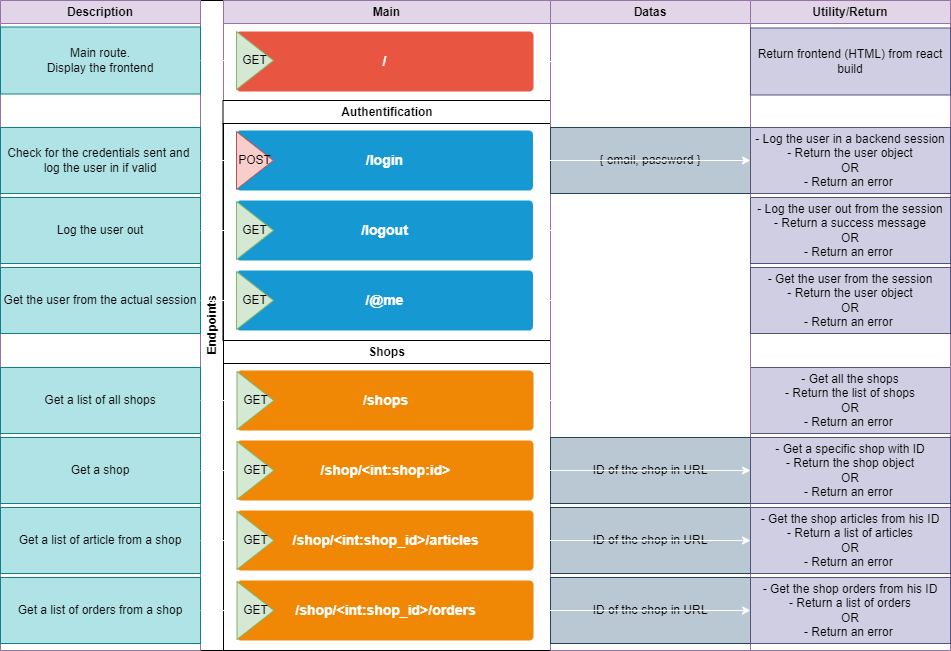
dam277/P-TPI-ETML keeps this draw.io diagram as 01-Documents/CodeSchematics/routes.drawio.png. Above is the earlier version. Source tidied: cells renumbered, new cells last; positions are measured from the earlier drawing's top-left corner, leaving out a move shared by most shapes.
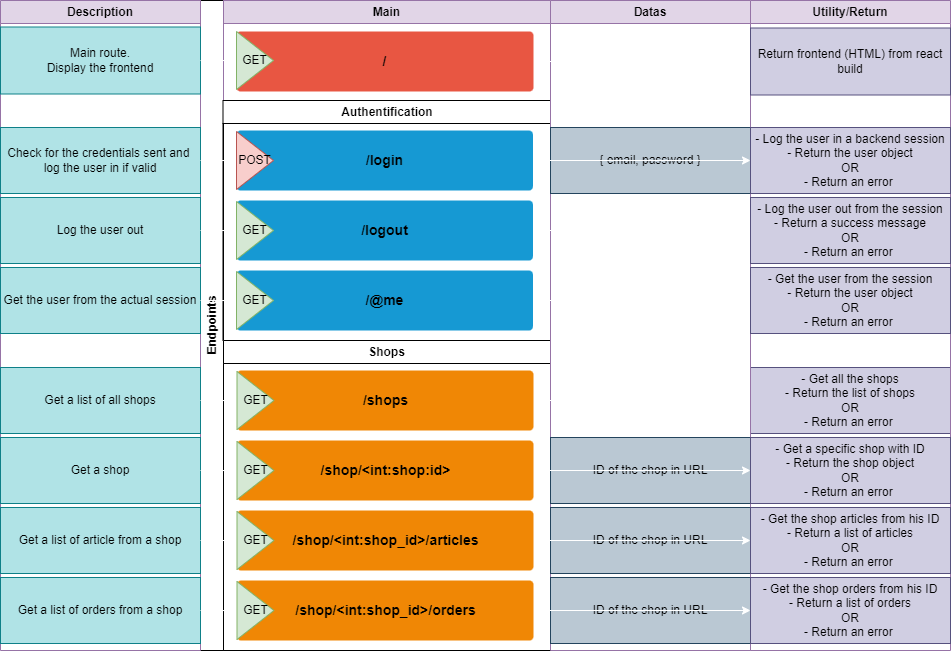
Above is the later version.

The edit, as a diff of the source:
```diff
@@ -8,7 +8,7 @@
     <mxCell id="3" value="Main" style="swimlane;whiteSpace=wrap;html=1;fillColor=#e1d5e7;strokeColor=#9673a6;" parent="2" vertex="1">
       <mxGeometry x="23" width="327" height="101" as="geometry" />
     </mxCell>
-    <mxCell id="4" value="/" style="rounded=1;whiteSpace=wrap;html=1;shadow=0;labelBackgroundColor=none;strokeColor=none;strokeWidth=3;fillColor=#e85642;fontFamily=Helvetica;fontSize=14;fontColor=#FFFFFF;align=center;spacing=5;fontStyle=1;arcSize=7;perimeterSpacing=2;" parent="3" vertex="1">
+    <mxCell id="4" value="/" style="rounded=1;whiteSpace=wrap;html=1;shadow=0;labelBackgroundColor=none;strokeColor=none;strokeWidth=3;fillColor=#e85642;fontFamily=Helvetica;fontSize=14;fontColor=#000000;align=center;spacing=5;fontStyle=1;arcSize=7;perimeterSpacing=2;" parent="3" vertex="1">
       <mxGeometry x="13" y="31" width="297" height="60" as="geometry" />
     </mxCell>
     <mxCell id="5" value="GET" style="triangle;whiteSpace=wrap;html=1;fillColor=#d5e8d4;strokeColor=#82b366;" parent="3" vertex="1">
@@ -17,13 +17,13 @@
     <mxCell id="6" value="Authentification" style="swimlane;whiteSpace=wrap;html=1;" parent="2" vertex="1">
       <mxGeometry x="22.5" y="100" width="327.5" height="240" as="geometry" />
     </mxCell>
-    <mxCell id="7" value="/logout" style="rounded=1;whiteSpace=wrap;html=1;shadow=0;labelBackgroundColor=none;strokeColor=none;strokeWidth=3;fillColor=#1699d3;fontFamily=Helvetica;fontSize=14;fontColor=#FFFFFF;align=center;spacing=5;fontStyle=1;arcSize=7;perimeterSpacing=2;" parent="6" vertex="1">
+    <mxCell id="7" value="/logout" style="rounded=1;whiteSpace=wrap;html=1;shadow=0;labelBackgroundColor=none;strokeColor=none;strokeWidth=3;fillColor=#1699d3;fontFamily=Helvetica;fontSize=14;fontColor=#000000;align=center;spacing=5;fontStyle=1;arcSize=7;perimeterSpacing=2;" parent="6" vertex="1">
       <mxGeometry x="13.5" y="100" width="296.5" height="60" as="geometry" />
     </mxCell>
-    <mxCell id="8" value="/@me" style="rounded=1;whiteSpace=wrap;html=1;shadow=0;labelBackgroundColor=none;strokeColor=none;strokeWidth=3;fillColor=#1699d3;fontFamily=Helvetica;fontSize=14;fontColor=#FFFFFF;align=center;spacing=5;fontStyle=1;arcSize=7;perimeterSpacing=2;" parent="6" vertex="1">
+    <mxCell id="8" value="/@me" style="rounded=1;whiteSpace=wrap;html=1;shadow=0;labelBackgroundColor=none;strokeColor=none;strokeWidth=3;fillColor=#1699d3;fontFamily=Helvetica;fontSize=14;fontColor=#000000;align=center;spacing=5;fontStyle=1;arcSize=7;perimeterSpacing=2;" parent="6" vertex="1">
       <mxGeometry x="13.5" y="170" width="296.5" height="60" as="geometry" />
     </mxCell>
-    <mxCell id="9" value="/login" style="rounded=1;whiteSpace=wrap;html=1;shadow=0;labelBackgroundColor=none;strokeColor=none;strokeWidth=3;fillColor=#1699d3;fontFamily=Helvetica;fontSize=14;fontColor=#FFFFFF;align=center;spacing=5;fontStyle=1;arcSize=7;perimeterSpacing=2;" parent="6" vertex="1">
+    <mxCell id="9" value="/login" style="rounded=1;whiteSpace=wrap;html=1;shadow=0;labelBackgroundColor=none;strokeColor=none;strokeWidth=3;fillColor=#1699d3;fontFamily=Helvetica;fontSize=14;fontColor=#000000;align=center;spacing=5;fontStyle=1;arcSize=7;perimeterSpacing=2;" parent="6" vertex="1">
       <mxGeometry x="13.5" y="30" width="296.5" height="60" as="geometry" />
     </mxCell>
     <mxCell id="10" value="GET" style="triangle;whiteSpace=wrap;html=1;fillColor=#d5e8d4;strokeColor=#82b366;" parent="6" vertex="1">
@@ -38,16 +38,16 @@
     <mxCell id="13" value="Shops" style="swimlane;whiteSpace=wrap;html=1;" parent="2" vertex="1">
       <mxGeometry x="23" y="340" width="327" height="310" as="geometry" />
     </mxCell>
-    <mxCell id="14" value="/shop/&amp;lt;int:shop:id&amp;gt;" style="rounded=1;whiteSpace=wrap;html=1;shadow=0;labelBackgroundColor=none;strokeColor=none;strokeWidth=3;fillColor=#F08705;fontFamily=Helvetica;fontSize=14;fontColor=#FFFFFF;align=center;spacing=5;fontStyle=1;arcSize=7;perimeterSpacing=2;" parent="13" vertex="1">
+    <mxCell id="14" value="/shop/&amp;lt;int:shop:id&amp;gt;" style="rounded=1;whiteSpace=wrap;html=1;shadow=0;labelBackgroundColor=none;strokeColor=none;strokeWidth=3;fillColor=#F08705;fontFamily=Helvetica;fontSize=14;fontColor=#000000;align=center;spacing=5;fontStyle=1;arcSize=7;perimeterSpacing=2;" parent="13" vertex="1">
       <mxGeometry x="13.5" y="100" width="296.5" height="60" as="geometry" />
     </mxCell>
-    <mxCell id="15" value="/shop/&amp;lt;int:shop_id&amp;gt;/articles" style="rounded=1;whiteSpace=wrap;html=1;shadow=0;labelBackgroundColor=none;strokeColor=none;strokeWidth=3;fillColor=#F08705;fontFamily=Helvetica;fontSize=14;fontColor=#FFFFFF;align=center;spacing=5;fontStyle=1;arcSize=7;perimeterSpacing=2;" parent="13" vertex="1">
+    <mxCell id="15" value="/shop/&amp;lt;int:shop_id&amp;gt;/articles" style="rounded=1;whiteSpace=wrap;html=1;shadow=0;labelBackgroundColor=none;strokeColor=none;strokeWidth=3;fillColor=#F08705;fontFamily=Helvetica;fontSize=14;fontColor=#000000;align=center;spacing=5;fontStyle=1;arcSize=7;perimeterSpacing=2;" parent="13" vertex="1">
       <mxGeometry x="13.5" y="170" width="296.5" height="60" as="geometry" />
     </mxCell>
-    <mxCell id="16" value="/shops" style="rounded=1;whiteSpace=wrap;html=1;shadow=0;labelBackgroundColor=none;strokeColor=none;strokeWidth=3;fillColor=#F08705;fontFamily=Helvetica;fontSize=14;fontColor=#FFFFFF;align=center;spacing=5;fontStyle=1;arcSize=7;perimeterSpacing=2;" parent="13" vertex="1">
+    <mxCell id="16" value="/shops" style="rounded=1;whiteSpace=wrap;html=1;shadow=0;labelBackgroundColor=none;strokeColor=none;strokeWidth=3;fillColor=#F08705;fontFamily=Helvetica;fontSize=14;fontColor=#000000;align=center;spacing=5;fontStyle=1;arcSize=7;perimeterSpacing=2;" parent="13" vertex="1">
       <mxGeometry x="13.5" y="30" width="296.5" height="60" as="geometry" />
     </mxCell>
-    <mxCell id="17" value="/shop/&amp;lt;int:shop_id&amp;gt;/orders" style="rounded=1;whiteSpace=wrap;html=1;shadow=0;labelBackgroundColor=none;strokeColor=none;strokeWidth=3;fillColor=#F08705;fontFamily=Helvetica;fontSize=14;fontColor=#FFFFFF;align=center;spacing=5;fontStyle=1;arcSize=7;perimeterSpacing=2;" parent="13" vertex="1">
+    <mxCell id="17" value="/shop/&amp;lt;int:shop_id&amp;gt;/orders" style="rounded=1;whiteSpace=wrap;html=1;shadow=0;labelBackgroundColor=none;strokeColor=none;strokeWidth=3;fillColor=#F08705;fontFamily=Helvetica;fontSize=14;fontColor=#000000;align=center;spacing=5;fontStyle=1;arcSize=7;perimeterSpacing=2;" parent="13" vertex="1">
       <mxGeometry x="13.5" y="240" width="296.5" height="60" as="geometry" />
     </mxCell>
     <mxCell id="18" value="GET" style="triangle;whiteSpace=wrap;html=1;fillColor=#d5e8d4;strokeColor=#82b366;" parent="13" vertex="1">
```
